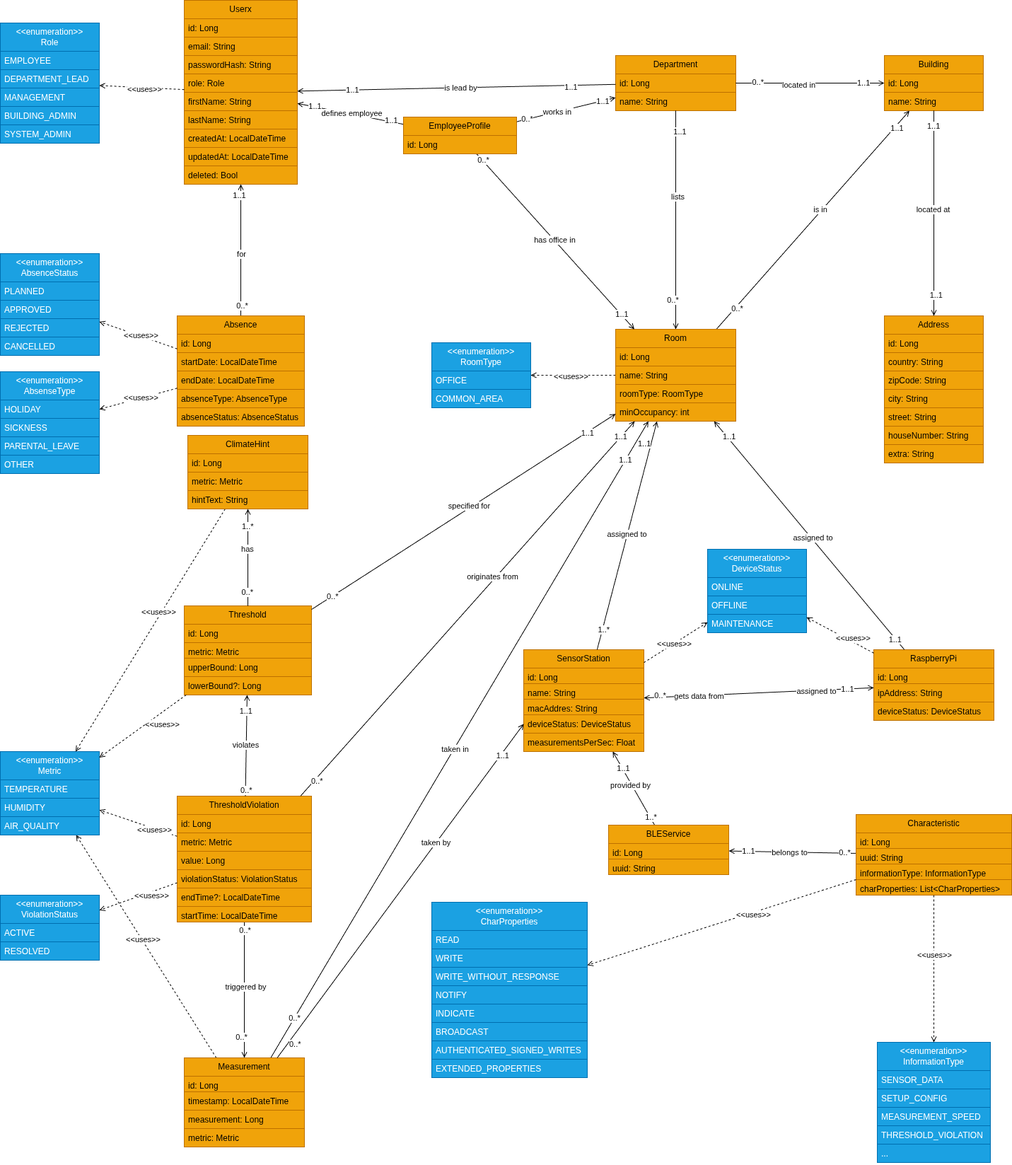
Above: docs/Softwarekonzept_V2/images/climate-canary-webapp-backend.png in adriano-paganini/ClimateCanary (draw.io), before the change. Source tidied: cells renumbered, new cells last; positions are measured from the earlier drawing's top-left corner, leaving out a move shared by most shapes.
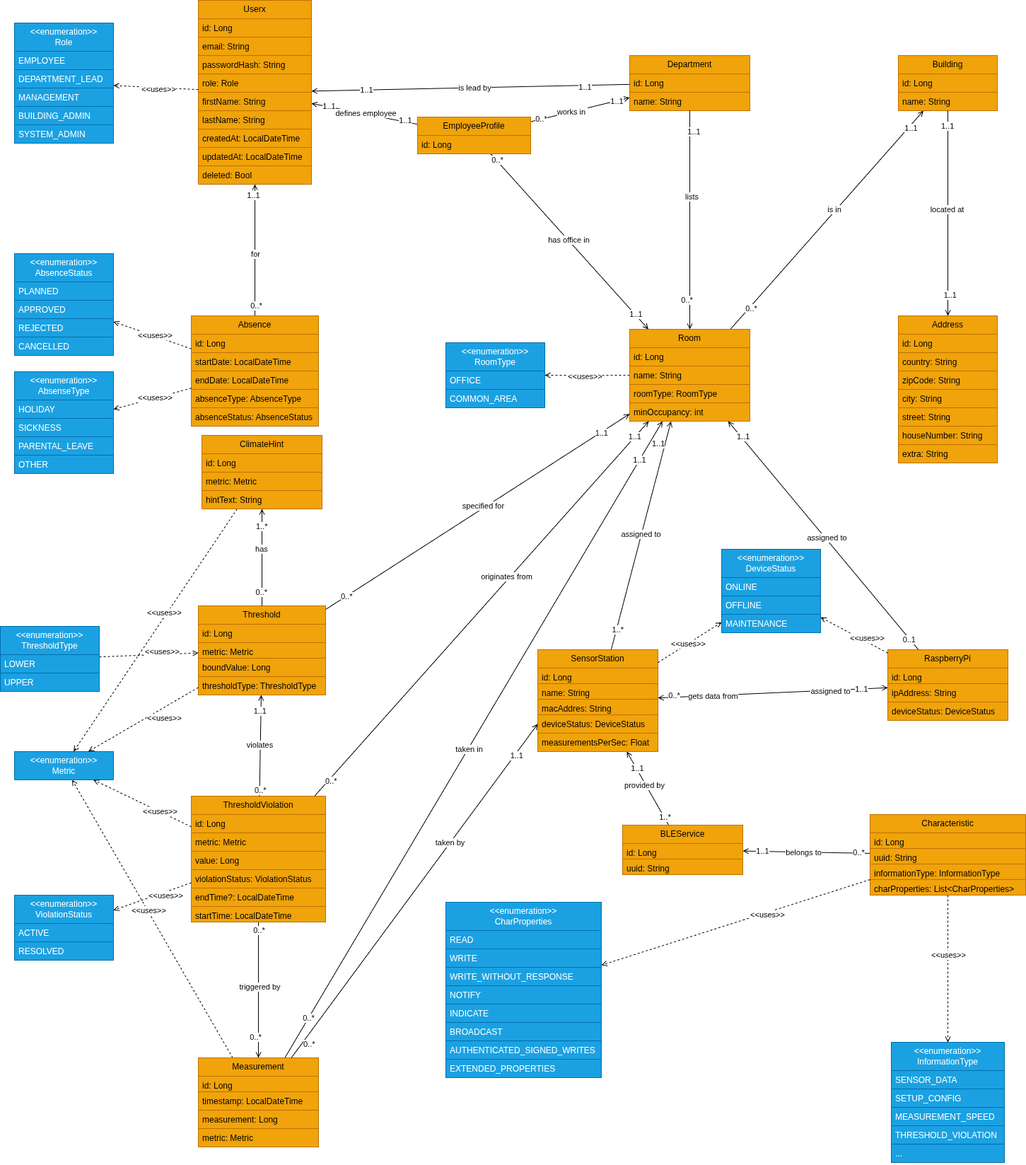
The same file after the commit.

Diff of the diagram source:
```diff
@@ -153,22 +153,6 @@
     <mxCell id="50" value="name: String" style="text;strokeColor=#BD7000;fillColor=#f0a30a;align=left;verticalAlign=top;spacingLeft=4;spacingRight=4;overflow=hidden;whiteSpace=wrap;html=1;fontColor=#000000;" parent="48" vertex="1">
       <mxGeometry y="52" width="170" height="26" as="geometry" />
     </mxCell>
-    <mxCell id="51" style="endArrow=none;html=1;rounded=0;endFill=0;startArrow=open;startFill=0;startSize=6;endSize=6;" parent="1" edge="1" source="33" target="48">
-      <mxGeometry relative="1" as="geometry" />
-    </mxCell>
-    <mxCell id="52" value="1..1" style="edgeLabel;html=1;align=left;verticalAlign=bottom;" parent="51" vertex="1">
-      <mxGeometry x="-1" relative="1" as="geometry">
-        <mxPoint x="-40" y="8" as="offset" />
-      </mxGeometry>
-    </mxCell>
-    <mxCell id="53" value="0..*" style="edgeLabel;html=1;align=right;verticalAlign=bottom;" parent="51" vertex="1">
-      <mxGeometry x="1" relative="1" as="geometry">
-        <mxPoint x="40" y="7" as="offset" />
-      </mxGeometry>
-    </mxCell>
-    <mxCell id="54" value="located in" style="edgeLabel;html=1;align=center;verticalAlign=middle;" parent="51" vertex="1">
-      <mxGeometry x="0.16" y="2" relative="1" as="geometry" />
-    </mxCell>
     <mxCell id="55" style="rounded=0;jettySize=auto;html=1;endArrow=none;endFill=0;startArrow=open;startFill=0;" parent="1" edge="1" source="65" target="48">
       <mxGeometry relative="1" as="geometry" />
     </mxCell>
@@ -255,7 +239,7 @@
         <mxPoint x="11" y="30" as="offset" />
       </mxGeometry>
     </mxCell>
-    <mxCell id="79" value="1..1" style="edgeLabel;html=1;align=right;verticalAlign=bottom;" parent="77" vertex="1">
+    <mxCell id="79" value="0..1" style="edgeLabel;html=1;align=right;verticalAlign=bottom;" parent="77" vertex="1">
       <mxGeometry x="1" relative="1" as="geometry">
         <mxPoint x="-3" y="-6" as="offset" />
       </mxGeometry>
@@ -355,24 +339,15 @@
     <mxCell id="108" value="&lt;div&gt;&lt;span style=&quot;background-color: transparent; color: light-dark(rgb(0, 0, 0), rgb(255, 255, 255));&quot;&gt;metric: Metric&lt;/span&gt;&lt;/div&gt;" style="text;strokeColor=#BD7000;fillColor=#f0a30a;align=left;verticalAlign=top;spacingLeft=4;spacingRight=4;overflow=hidden;whiteSpace=wrap;html=1;fontColor=#000000;" parent="106" vertex="1">
       <mxGeometry y="52" width="180" height="22" as="geometry" />
     </mxCell>
-    <mxCell id="109" value="upperBound: Long" style="text;strokeColor=#BD7000;fillColor=#f0a30a;align=left;verticalAlign=top;spacingLeft=4;spacingRight=4;overflow=hidden;whiteSpace=wrap;html=1;fontColor=#000000;" parent="106" vertex="1">
+    <mxCell id="109" value="boundValue: Long" style="text;strokeColor=#BD7000;fillColor=#f0a30a;align=left;verticalAlign=top;spacingLeft=4;spacingRight=4;overflow=hidden;whiteSpace=wrap;html=1;fontColor=#000000;" parent="106" vertex="1">
       <mxGeometry y="74" width="180" height="26" as="geometry" />
     </mxCell>
-    <mxCell id="110" value="lowerBound?: Long" style="text;strokeColor=#BD7000;fillColor=#f0a30a;align=left;verticalAlign=top;spacingLeft=4;spacingRight=4;overflow=hidden;whiteSpace=wrap;html=1;fontColor=#000000;" parent="106" vertex="1">
+    <mxCell id="110" value="thresholdType: ThresholdType" style="text;strokeColor=#BD7000;fillColor=#f0a30a;align=left;verticalAlign=top;spacingLeft=4;spacingRight=4;overflow=hidden;whiteSpace=wrap;html=1;fontColor=#000000;" parent="106" vertex="1">
       <mxGeometry y="100" width="180" height="26" as="geometry" />
     </mxCell>
-    <mxCell id="111" value="&lt;div&gt;&amp;lt;&amp;lt;enumeration&amp;gt;&amp;gt;&lt;/div&gt;Metric" style="swimlane;fontStyle=0;horizontal=1;startSize=40;fillColor=#1ba1e2;whiteSpace=wrap;html=1;fontColor=#ffffff;strokeColor=#006EAF;" parent="1" vertex="1">
-      <mxGeometry y="1062" width="140" height="118" as="geometry" />
+    <mxCell id="111" value="&lt;div&gt;&amp;lt;&amp;lt;enumeration&amp;gt;&amp;gt;&lt;/div&gt;Metric" style="swimlane;fontStyle=0;horizontal=1;startSize=40;fillColor=#1ba1e2;whiteSpace=wrap;html=1;fontColor=#ffffff;strokeColor=#006EAF;" parent="1" vertex="1" collapsed="1">
+      <mxGeometry y="1062" width="140" height="40" as="geometry" />
     </mxCell>
-    <mxCell id="112" value="TEMPERATURE" style="text;strokeColor=#006EAF;fillColor=#1ba1e2;align=left;verticalAlign=top;spacingLeft=4;spacingRight=4;overflow=hidden;whiteSpace=wrap;html=1;fontColor=#ffffff;" parent="111" vertex="1">
-      <mxGeometry y="40" width="140" height="26" as="geometry" />
-    </mxCell>
-    <mxCell id="113" value="HUMIDITY" style="text;strokeColor=#006EAF;fillColor=#1ba1e2;align=left;verticalAlign=top;spacingLeft=4;spacingRight=4;overflow=hidden;whiteSpace=wrap;html=1;fontColor=#ffffff;" parent="111" vertex="1">
-      <mxGeometry y="66" width="140" height="26" as="geometry" />
-    </mxCell>
-    <mxCell id="114" value="AIR_QUALITY" style="text;strokeColor=#006EAF;fillColor=#1ba1e2;align=left;verticalAlign=top;spacingLeft=4;spacingRight=4;overflow=hidden;whiteSpace=wrap;html=1;fontColor=#ffffff;" parent="111" vertex="1">
-      <mxGeometry y="92" width="140" height="26" as="geometry" />
-    </mxCell>
     <mxCell id="115" style="endArrow=open;html=1;rounded=0;startArrow=none;startFill=0;endFill=0;endSize=6;startSize=15;" parent="1" edge="1" source="106" target="65">
       <mxGeometry relative="1" as="geometry" />
     </mxCell>
@@ -794,5 +769,20 @@
     <mxCell id="233" value="is lead by" style="edgeLabel;html=1;align=center;verticalAlign=middle;" parent="230" vertex="1">
       <mxGeometry x="-0.02" relative="1" as="geometry" />
     </mxCell>
+    <mxCell id="234" style="rounded=0;jettySize=auto;html=1;dashed=1;endArrow=open;endFill=0;" parent="1" edge="1" source="236" target="106">
+      <mxGeometry relative="1" as="geometry" />
+    </mxCell>
+    <mxCell id="235" value="&amp;lt;&amp;lt;uses&amp;gt;&amp;gt;" style="edgeLabel;html=1;align=center;verticalAlign=middle;" parent="234" vertex="1">
+      <mxGeometry x="0.27" y="4" relative="1" as="geometry" />
+    </mxCell>
+    <mxCell id="236" value="&lt;div&gt;&amp;lt;&amp;lt;enumeration&amp;gt;&amp;gt;&lt;/div&gt;ThresholdType" style="swimlane;fontStyle=0;horizontal=1;startSize=40;fillColor=#1ba1e2;whiteSpace=wrap;html=1;fontColor=#ffffff;strokeColor=#006EAF;" parent="1" vertex="1">
+      <mxGeometry x="-20" y="885" width="140" height="92" as="geometry" />
+    </mxCell>
+    <mxCell id="237" value="LOWER" style="text;strokeColor=#006EAF;fillColor=#1ba1e2;align=left;verticalAlign=top;spacingLeft=4;spacingRight=4;overflow=hidden;whiteSpace=wrap;html=1;fontColor=#ffffff;" parent="236" vertex="1">
+      <mxGeometry y="40" width="140" height="26" as="geometry" />
+    </mxCell>
+    <mxCell id="238" value="UPPER" style="text;strokeColor=#006EAF;fillColor=#1ba1e2;align=left;verticalAlign=top;spacingLeft=4;spacingRight=4;overflow=hidden;whiteSpace=wrap;html=1;fontColor=#ffffff;" parent="236" vertex="1">
+      <mxGeometry y="66" width="140" height="26" as="geometry" />
+    </mxCell>
   </root>
 </mxGraphModel>
```
